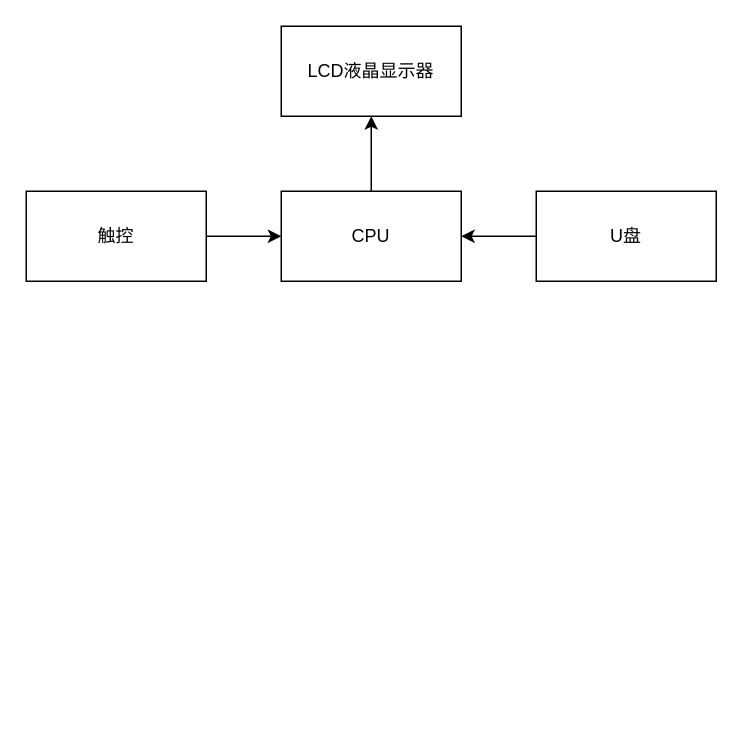
This is 未命名绘图.drawio from wangshusu/BiYe, a draw.io file, before an edit. Source tidied: cells renumbered, new cells numbered last; positions are measured from the earlier drawing's top-left corner, leaving out a move shared by most shapes. Both pictures are drawn from the tidied source at 150%, with x=0, y=0 at pixel (26, 26).
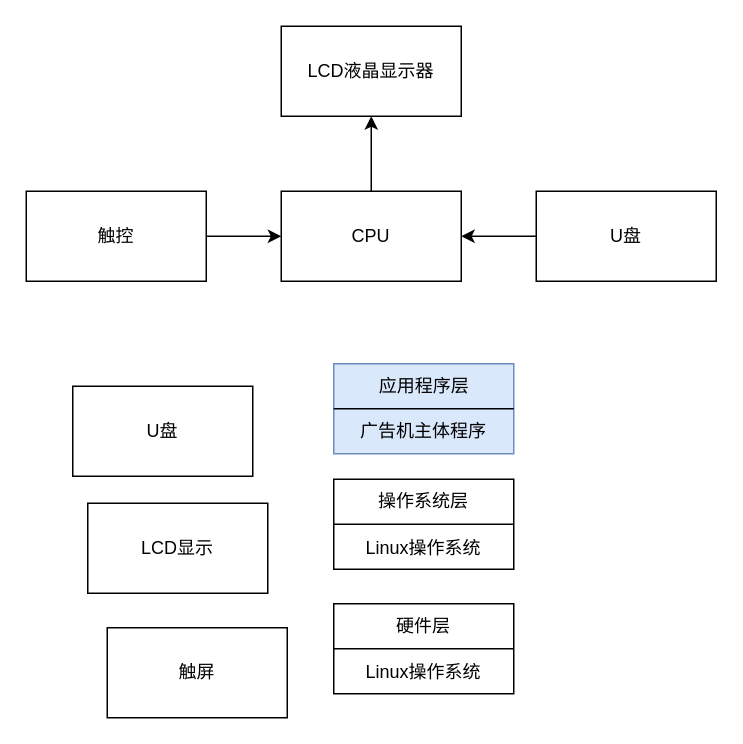
The same diagram, later.

Commit message:
广告机设计框图

Change to the diagram source:
```diff
@@
+    <mxCell id="9" style="rounded=0;whiteSpace=wrap;html=1;fillColor=#dae8fc;strokeColor=#6c8ebf;" parent="1" vertex="1">
+      <mxGeometry x="205" y="225" width="120" height="60" as="geometry" />
+    </mxCell>
+    <mxCell id="10" value="LCD显示" style="rounded=0;whiteSpace=wrap;html=1;" parent="1" vertex="1">
+      <mxGeometry x="41" y="318" width="120" height="60" as="geometry" />
+    </mxCell>
+    <mxCell id="11" value="U盘" style="rounded=0;whiteSpace=wrap;html=1;" parent="1" vertex="1">
+      <mxGeometry x="31" y="240" width="120" height="60" as="geometry" />
+    </mxCell>
+    <mxCell id="12" value="触屏" style="rounded=0;whiteSpace=wrap;html=1;" parent="1" vertex="1">
+      <mxGeometry x="54" y="401" width="120" height="60" as="geometry" />
+    </mxCell>
+    <mxCell id="13" style="endArrow=none;html=1;rounded=0;exitX=0;exitY=0.5;exitDx=0;exitDy=0;entryX=1;entryY=0.5;entryDx=0;entryDy=0;" parent="1" edge="1" source="9" target="9">
+      <mxGeometry relative="1" as="geometry" />
+    </mxCell>
+    <mxCell id="14" value="应用程序层" style="text;strokeColor=none;align=center;fillColor=none;html=1;verticalAlign=middle;whiteSpace=wrap;rounded=0;" parent="1" vertex="1">
+      <mxGeometry x="230.5" y="225" width="69" height="30" as="geometry" />
+    </mxCell>
+    <mxCell id="15" value="广告机主体程序" style="text;strokeColor=none;align=center;fillColor=none;html=1;verticalAlign=middle;whiteSpace=wrap;rounded=0;" parent="1" vertex="1">
+      <mxGeometry x="219" y="255" width="92" height="30" as="geometry" />
+    </mxCell>
+    <mxCell id="16" style="rounded=0;whiteSpace=wrap;html=1;" parent="1" vertex="1">
+      <mxGeometry x="205" y="302" width="120" height="60" as="geometry" />
+    </mxCell>
+    <mxCell id="17" style="endArrow=none;html=1;rounded=0;exitX=0;exitY=0.5;exitDx=0;exitDy=0;entryX=1;entryY=0.5;entryDx=0;entryDy=0;" parent="1" edge="1" source="16" target="16">
+      <mxGeometry relative="1" as="geometry" />
+    </mxCell>
+    <mxCell id="18" value="Linux操作系统" style="text;strokeColor=none;align=center;fillColor=none;html=1;verticalAlign=middle;whiteSpace=wrap;rounded=0;" parent="1" vertex="1">
+      <mxGeometry x="219" y="333" width="92" height="30" as="geometry" />
+    </mxCell>
+    <mxCell id="19" value="操作系统层" style="text;strokeColor=none;align=center;fillColor=none;html=1;verticalAlign=middle;whiteSpace=wrap;rounded=0;" parent="1" vertex="1">
+      <mxGeometry x="219" y="302" width="92" height="30" as="geometry" />
+    </mxCell>
+    <mxCell id="20" style="rounded=0;whiteSpace=wrap;html=1;" parent="1" vertex="1">
+      <mxGeometry x="205" y="385" width="120" height="60" as="geometry" />
+    </mxCell>
+    <mxCell id="21" style="endArrow=none;html=1;rounded=0;exitX=0;exitY=0.5;exitDx=0;exitDy=0;entryX=1;entryY=0.5;entryDx=0;entryDy=0;" parent="1" edge="1" source="20" target="20">
+      <mxGeometry relative="1" as="geometry" />
+    </mxCell>
+    <mxCell id="22" value="Linux操作系统" style="text;strokeColor=none;align=center;fillColor=none;html=1;verticalAlign=middle;whiteSpace=wrap;rounded=0;" parent="1" vertex="1">
+      <mxGeometry x="219" y="416" width="92" height="30" as="geometry" />
+    </mxCell>
+    <mxCell id="23" value="硬件层" style="text;strokeColor=none;align=center;fillColor=none;html=1;verticalAlign=middle;whiteSpace=wrap;rounded=0;" parent="1" vertex="1">
+      <mxGeometry x="219" y="385" width="92" height="30" as="geometry" />
+    </mxCell>
```
